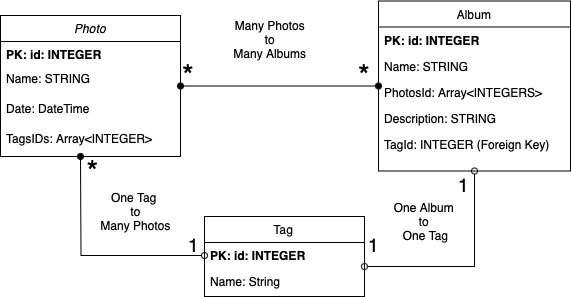
MannyBarral/MemoriesCloud keeps this draw.io diagram as ModeloDeDados.png. Above is the earlier version. Source tidied: cells renumbered, new cells last; positions are measured from the earlier drawing's top-left corner, leaving out a move shared by most shapes.
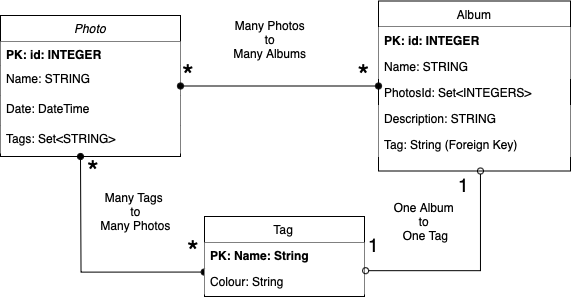
After the commit.

What changed in the source:
```diff
@@ -2,22 +2,22 @@
   <root>
     <mxCell id="0" />
     <mxCell id="1" parent="0" />
-    <mxCell id="2" value="Photo" style="swimlane;fontStyle=2;align=center;verticalAlign=top;horizontal=1;startSize=26;rounded=0;shadow=0;strokeWidth=1;" parent="1" vertex="1">
+    <mxCell id="2" value="Photo" style="swimlane;fontStyle=2;align=center;verticalAlign=top;horizontal=1;startSize=26;rounded=0;shadow=0;strokeWidth=1;fillStyle=solid;" parent="1" vertex="1">
       <mxGeometry y="15" width="180" height="141" as="geometry" />
     </mxCell>
-    <mxCell id="3" value="PK: id: INTEGER" style="text;align=left;verticalAlign=top;spacingLeft=4;spacingRight=4;overflow=hidden;fontStyle=1;" parent="2" vertex="1">
+    <mxCell id="3" value="PK: id: INTEGER" style="text;align=left;verticalAlign=top;spacingLeft=4;spacingRight=4;overflow=hidden;fontStyle=1;fillColor=default;" parent="2" vertex="1">
       <mxGeometry y="26" width="180" height="24" as="geometry" />
     </mxCell>
-    <mxCell id="4" value="Name: STRING&#10;" style="text;align=left;verticalAlign=top;spacingLeft=4;spacingRight=4;overflow=hidden;rounded=0;shadow=0;html=0;" parent="2" vertex="1">
+    <mxCell id="4" value="Name: STRING&#10;" style="text;align=left;verticalAlign=top;spacingLeft=4;spacingRight=4;overflow=hidden;rounded=0;shadow=0;html=0;fillColor=default;" parent="2" vertex="1">
       <mxGeometry y="50" width="180" height="30" as="geometry" />
     </mxCell>
-    <mxCell id="5" value="Date: DateTime" style="text;align=left;verticalAlign=top;spacingLeft=4;spacingRight=4;overflow=hidden;rounded=0;shadow=0;html=0;" parent="2" vertex="1">
+    <mxCell id="5" value="Date: DateTime" style="text;align=left;verticalAlign=top;spacingLeft=4;spacingRight=4;overflow=hidden;rounded=0;shadow=0;html=0;fillColor=default;" parent="2" vertex="1">
       <mxGeometry y="80" width="180" height="30" as="geometry" />
     </mxCell>
-    <mxCell id="6" value="TagsIDs: Array&lt;INTEGER&gt; " style="text;align=left;verticalAlign=top;spacingLeft=4;spacingRight=4;overflow=hidden;rounded=0;shadow=0;html=0;" parent="2" vertex="1">
+    <mxCell id="6" value="Tags: Set&lt;STRING&gt; " style="text;align=left;verticalAlign=top;spacingLeft=4;spacingRight=4;overflow=hidden;rounded=0;shadow=0;html=0;fillColor=default;" parent="2" vertex="1">
       <mxGeometry y="110" width="180" height="28" as="geometry" />
     </mxCell>
-    <mxCell id="7" style="edgeStyle=orthogonalEdgeStyle;rounded=0;jettySize=auto;html=1;exitX=0;exitY=0.5;exitDx=0;exitDy=0;endArrow=oval;endFill=1;startArrow=oval;startFill=0;" parent="1" edge="1" source="9">
+    <mxCell id="7" style="edgeStyle=orthogonalEdgeStyle;rounded=0;jettySize=auto;html=1;endArrow=oval;endFill=1;startArrow=oval;startFill=1;exitX=-0.002;exitY=0.137;exitDx=0;exitDy=0;exitPerimeter=0;" parent="1" edge="1" source="28">
       <mxGeometry relative="1" as="geometry">
         <mxPoint x="80" y="156" as="targetPoint" />
       </mxGeometry>
@@ -25,31 +25,35 @@
     <mxCell id="8" value="Tag" style="swimlane;fontStyle=0;align=center;verticalAlign=top;horizontal=1;startSize=26;rounded=0;shadow=0;strokeWidth=1;" parent="1" vertex="1">
       <mxGeometry x="204" y="216" width="160" height="80" as="geometry" />
     </mxCell>
-    <mxCell id="9" value="PK: id: INTEGER" style="text;align=left;verticalAlign=top;spacingLeft=4;spacingRight=4;overflow=hidden;points=[[0,0.5],[1,0.5]];portConstraint=eastwest;fontStyle=1;" parent="8" vertex="1">
-      <mxGeometry y="26" width="160" height="26" as="geometry" />
-    </mxCell>
-    <mxCell id="10" value="Name: String " style="text;align=left;verticalAlign=top;spacingLeft=4;spacingRight=4;overflow=hidden;fontStyle=0;" parent="8" vertex="1">
-      <mxGeometry y="52" width="160" height="26" as="geometry" />
+    <mxCell id="10" value="PK: Name: String " style="text;align=left;verticalAlign=top;spacingLeft=4;spacingRight=4;overflow=hidden;fontStyle=1;fillColor=default;" parent="8" vertex="1">
+      <mxGeometry y="26" width="160" height="26" as="geometry" />
     </mxCell>
+    <mxCell id="28" value="Colour: String " style="text;align=left;verticalAlign=top;spacingLeft=4;spacingRight=4;overflow=hidden;points=[[0,0.5],[1,0.5]];portConstraint=eastwest;fontStyle=0;fillColor=default;" parent="8" vertex="1">
+      <mxGeometry y="52" width="160" height="26" as="geometry" />
+    </mxCell>
-    <mxCell id="11" style="edgeStyle=orthogonalEdgeStyle;rounded=0;jettySize=auto;html=1;entryX=1;entryY=0.923;entryDx=0;entryDy=0;entryPerimeter=0;startArrow=oval;startFill=0;endArrow=oval;endFill=0;" parent="1" edge="1" source="12" target="9">
-      <mxGeometry relative="1" as="geometry" />
+    <mxCell id="11" style="edgeStyle=orthogonalEdgeStyle;rounded=0;jettySize=auto;html=1;startArrow=oval;startFill=0;endArrow=oval;endFill=0;entryX=1.007;entryY=0.084;entryDx=0;entryDy=0;entryPerimeter=0;" parent="1" edge="1" source="12" target="28">
+      <mxGeometry relative="1" as="geometry">
+        <Array as="points">
+          <mxPoint x="480" y="270" />
+        </Array>
+      </mxGeometry>
     </mxCell>
     <mxCell id="12" value="Album&#10;" style="swimlane;fontStyle=0;align=center;verticalAlign=top;horizontal=1;startSize=26;rounded=0;shadow=0;strokeWidth=1;" parent="1" vertex="1">
       <mxGeometry x="378" y="0.5" width="192" height="170" as="geometry" />
     </mxCell>
-    <mxCell id="13" value="PK: id: INTEGER" style="text;align=left;verticalAlign=top;spacingLeft=4;spacingRight=4;overflow=hidden;fontStyle=1;" parent="12" vertex="1">
+    <mxCell id="13" value="PK: id: INTEGER" style="text;align=left;verticalAlign=top;spacingLeft=4;spacingRight=4;overflow=hidden;fontStyle=1;fillColor=default;" parent="12" vertex="1">
       <mxGeometry y="26" width="192" height="26" as="geometry" />
     </mxCell>
-    <mxCell id="14" value="Name: STRING" style="text;align=left;verticalAlign=top;spacingLeft=4;spacingRight=4;overflow=hidden;rounded=0;shadow=0;html=0;" parent="12" vertex="1">
+    <mxCell id="14" value="Name: STRING" style="text;align=left;verticalAlign=top;spacingLeft=4;spacingRight=4;overflow=hidden;rounded=0;shadow=0;html=0;fillColor=default;" parent="12" vertex="1">
       <mxGeometry y="52" width="192" height="26" as="geometry" />
     </mxCell>
-    <mxCell id="15" value="PhotosId: Array&lt;INTEGERS&gt;" style="text;align=left;verticalAlign=top;spacingLeft=4;spacingRight=4;overflow=hidden;rounded=0;shadow=0;html=0;" parent="12" vertex="1">
+    <mxCell id="15" value="PhotosId: Set&lt;INTEGERS&gt;" style="text;align=left;verticalAlign=top;spacingLeft=4;spacingRight=4;overflow=hidden;rounded=0;shadow=0;html=0;" parent="12" vertex="1">
       <mxGeometry y="78" width="192" height="26" as="geometry" />
     </mxCell>
-    <mxCell id="16" value="Description: STRING" style="text;align=left;verticalAlign=top;spacingLeft=4;spacingRight=4;overflow=hidden;rounded=0;shadow=0;html=0;" parent="12" vertex="1">
+    <mxCell id="16" value="Description: STRING" style="text;align=left;verticalAlign=top;spacingLeft=4;spacingRight=4;overflow=hidden;rounded=0;shadow=0;html=0;fillColor=default;" parent="12" vertex="1">
       <mxGeometry y="104" width="192" height="26" as="geometry" />
     </mxCell>
-    <mxCell id="17" value="TagId: INTEGER (Foreign Key)" style="text;align=left;verticalAlign=top;spacingLeft=4;spacingRight=4;overflow=hidden;rounded=0;shadow=0;html=0;" parent="12" vertex="1">
+    <mxCell id="17" value="Tag: String (Foreign Key)" style="text;align=left;verticalAlign=top;spacingLeft=4;spacingRight=4;overflow=hidden;rounded=0;shadow=0;html=0;fillColor=default;" parent="12" vertex="1">
       <mxGeometry y="130" width="192" height="26" as="geometry" />
     </mxCell>
     <mxCell id="18" style="endArrow=oval;shadow=0;strokeWidth=1;rounded=0;endFill=1;elbow=vertical;startArrow=oval;startFill=1;" parent="1" edge="1" source="2" target="12">
@@ -70,7 +74,7 @@
     <mxCell id="21" value="*" style="align=right;verticalAlign=bottom;labelBackgroundColor=none;fontSize=30;" parent="1" vertex="1">
       <mxGeometry x="100" y="186" as="geometry" />
     </mxCell>
-    <mxCell id="22" value="1" style="align=right;verticalAlign=bottom;labelBackgroundColor=none;fontSize=19;" parent="1" vertex="1">
+    <mxCell id="22" style="align=right;verticalAlign=bottom;labelBackgroundColor=none;fontSize=19;" parent="1" vertex="1">
       <mxGeometry x="200" y="256" as="geometry" />
     </mxCell>
     <mxCell id="23" value="1" style="align=right;verticalAlign=bottom;labelBackgroundColor=none;fontSize=19;" parent="1" vertex="1">
@@ -79,14 +83,17 @@
     <mxCell id="24" value="1" style="align=right;verticalAlign=bottom;labelBackgroundColor=none;fontSize=19;" parent="1" vertex="1">
       <mxGeometry x="380" y="256" as="geometry" />
     </mxCell>
-    <mxCell id="25" value="One Tag&amp;nbsp;&lt;div&gt;to&lt;/div&gt;&lt;div&gt;Many Photos&lt;/div&gt;" style="text;html=1;align=center;verticalAlign=middle;strokeColor=none;fillColor=none;" parent="1" vertex="1">
+    <mxCell id="25" value="Many Tags&amp;nbsp;&lt;div&gt;to&lt;/div&gt;&lt;div&gt;Many Photos&lt;/div&gt;" style="text;html=1;align=center;verticalAlign=middle;strokeColor=none;fillColor=default;" parent="1" vertex="1">
       <mxGeometry x="90" y="186" width="90" height="50" as="geometry" />
     </mxCell>
-    <mxCell id="26" value="Many Photos&amp;nbsp;&lt;div&gt;to&amp;nbsp;&lt;/div&gt;&lt;div&gt;Many Albums&amp;nbsp;&lt;/div&gt;" style="text;html=1;align=center;verticalAlign=middle;strokeColor=none;fillColor=none;" parent="1" vertex="1">
+    <mxCell id="26" value="Many Photos&amp;nbsp;&lt;div&gt;to&amp;nbsp;&lt;/div&gt;&lt;div&gt;Many Albums&amp;nbsp;&lt;/div&gt;" style="text;html=1;align=center;verticalAlign=middle;strokeColor=none;fillColor=default;" parent="1" vertex="1">
       <mxGeometry x="221" y="14" width="100" height="50" as="geometry" />
     </mxCell>
-    <mxCell id="27" value="One Album&amp;nbsp;&lt;div&gt;to&amp;nbsp;&lt;/div&gt;&lt;div&gt;One Tag&lt;/div&gt;" style="text;html=1;align=center;verticalAlign=middle;strokeColor=none;fillColor=none;" parent="1" vertex="1">
+    <mxCell id="27" value="One Album&amp;nbsp;&lt;div&gt;to&amp;nbsp;&lt;/div&gt;&lt;div&gt;One Tag&lt;/div&gt;" style="text;html=1;align=center;verticalAlign=middle;strokeColor=none;fillColor=default;" parent="1" vertex="1">
       <mxGeometry x="380" y="196" width="90" height="50" as="geometry" />
     </mxCell>
+    <mxCell id="29" value="*" style="align=right;verticalAlign=bottom;labelBackgroundColor=none;fontSize=30;" parent="1" vertex="1">
+      <mxGeometry x="200" y="266" as="geometry" />
+    </mxCell>
   </root>
 </mxGraphModel>
```
